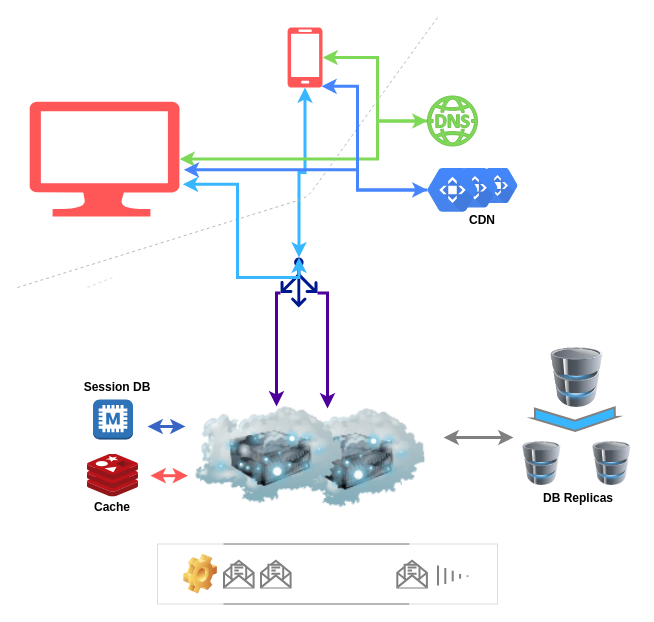
This is page "1M users" (10 of 11) of drawio files/Scaling.drawio from inesp/inesp.github.io, a draw.io file, before an edit. Source tidied: cells renumbered, new cells numbered last; positions are measured from the earlier drawing's top-left corner, leaving out a move shared by most shapes. Both pictures are drawn from the tidied source at 100%, with x=0, y=0 at pixel (17, 17).
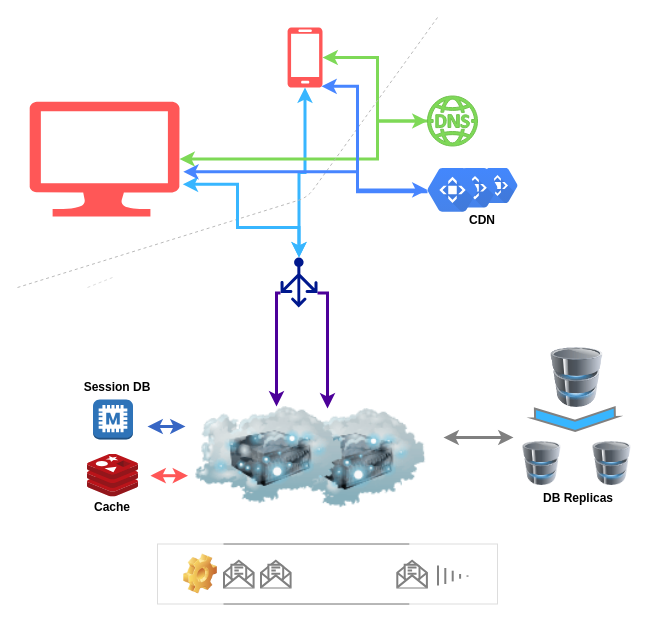
The same diagram, later.

The change refers to these unchanged cells:
```xml
<mxCell id="8" style="verticalLabelPosition=bottom;html=1;verticalAlign=top;align=center;strokeColor=none;fillColor=#FF5757;shape=mxgraph.azure.computer;" parent="1" vertex="1">
  <mxGeometry x="12" y="84" width="150" height="115" as="geometry" />
</mxCell>
<mxCell id="18" style="shadow=0;dashed=0;html=1;strokeColor=none;labelPosition=center;verticalLabelPosition=bottom;verticalAlign=top;align=center;shape=mxgraph.azure.load_balancer_generic;fillColor=#00188D;fontSize=13;" parent="1" vertex="1">
  <mxGeometry x="263" y="240" width="37" height="50" as="geometry" />
</mxCell>
<mxCell id="26" style="shape=mxgraph.gcp.networking.cloud_cdn;html=1;fillColor=#4387FD;gradientColor=#4683EA;strokeColor=none;verticalLabelPosition=bottom;verticalAlign=top;align=center;" parent="1" vertex="1">
  <mxGeometry x="410" y="150.5" width="50" height="43.8" as="geometry" />
</mxCell>
```

The edit, as a diff of the source:
```diff
@@
     <mxCell id="19" style="edgeStyle=orthogonalEdgeStyle;rounded=0;jumpSize=0;jettySize=auto;html=1;exitX=1.022;exitY=0.72;exitDx=0;exitDy=0;exitPerimeter=0;startArrow=classic;startFill=1;startSize=6;endSize=6;strokeColor=#38B6FF;strokeWidth=3;fontSize=13;entryX=0.5;entryY=0;entryDx=0;entryDy=0;entryPerimeter=0;" parent="1" edge="1" source="8" target="18">
       <mxGeometry relative="1" as="geometry">
         <Array as="points">
-          <mxPoint x="220" y="167" />
-          <mxPoint x="220" y="260" />
+          <mxPoint x="220" y="166" />
+          <mxPoint x="220" y="210" />
+          <mxPoint x="281" y="210" />
         </Array>
       </mxGeometry>
     </mxCell>
@@
-    <mxCell id="24" style="edgeStyle=orthogonalEdgeStyle;rounded=0;jettySize=auto;html=1;entryX=1.029;entryY=0.594;entryDx=0;entryDy=0;entryPerimeter=0;strokeColor=#4785FF;strokeWidth=3;" parent="1" edge="1" source="26" target="8">
+    <mxCell id="24" style="edgeStyle=orthogonalEdgeStyle;rounded=0;orthogonalLoop=1;jettySize=auto;html=1;entryX=1.029;entryY=0.594;entryDx=0;entryDy=0;entryPerimeter=0;strokeColor=#4785FF;strokeWidth=3;" parent="1" edge="1">
       <mxGeometry relative="1" as="geometry">
+        <mxPoint x="410" y="174.3" as="sourcePoint" />
+        <mxPoint x="165.8" y="154.3" as="targetPoint" />
         <Array as="points">
-          <mxPoint x="340" y="172" />
-          <mxPoint x="340" y="152" />
+          <mxPoint x="340" y="174" />
+          <mxPoint x="340" y="154" />
         </Array>
       </mxGeometry>
     </mxCell>
```
